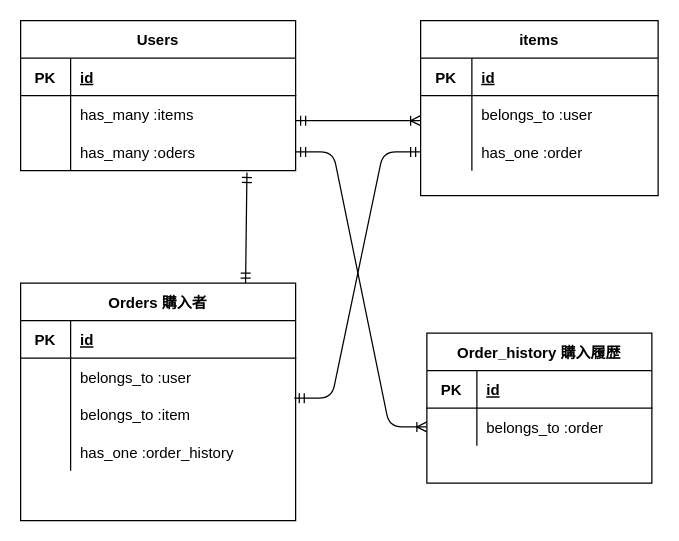
The draw.io diagram erpct.dio in mgm1227/furima-37140, before the edit. Source tidied: cells renumbered, new cells numbered last; positions are measured from the earlier drawing's top-left corner, leaving out a move shared by most shapes. Both pictures are drawn from the tidied source at 125%, with x=0, y=0 at pixel (20, 20).
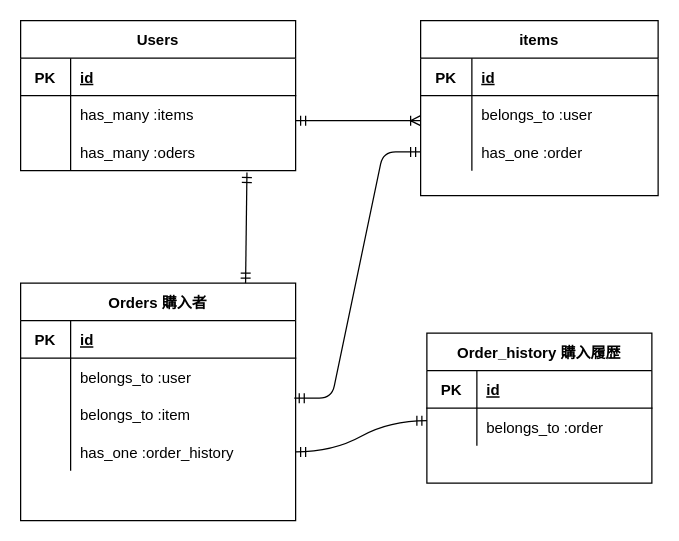
After the change.

Unchanged cells that the change refers to:
```xml
<mxCell id="9" style="shape=partialRectangle;fillColor=none;top=0;left=0;bottom=0;right=0;points=[[0,0.5],[1,0.5]];portConstraint=eastwest;" parent="2" vertex="1">
  <mxGeometry y="90" width="220" height="30" as="geometry" />
</mxCell>
<mxCell id="33" style="shape=partialRectangle;fillColor=none;top=0;left=0;bottom=0;right=0;points=[[0,0.5],[1,0.5]];portConstraint=eastwest;" parent="23" vertex="1">
  <mxGeometry y="120" width="220" height="30" as="geometry" />
</mxCell>
<mxCell id="40" style="shape=partialRectangle;fillColor=none;top=0;left=0;bottom=0;right=0;points=[[0,0.5],[1,0.5]];portConstraint=eastwest;" parent="36" vertex="1">
  <mxGeometry y="60" width="180" height="30" as="geometry" />
</mxCell>
```

Change to the diagram source:
```diff
@@
-    <mxCell id="45" style="edgeStyle=entityRelationEdgeStyle;fontSize=12;html=1;endArrow=ERoneToMany;startArrow=ERmandOne;" parent="1" edge="1" source="9" target="40">
-      <mxGeometry relative="1" as="geometry" />
-    </mxCell>
+    <mxCell id="46" style="edgeStyle=entityRelationEdgeStyle;fontSize=12;html=1;endArrow=ERmandOne;startArrow=ERmandOne;curved=1;exitX=1;exitY=0.5;exitDx=0;exitDy=0;" parent="1" edge="1" source="33">
+      <mxGeometry relative="1" as="geometry">
+        <mxPoint x="325" y="320" as="targetPoint" />
+      </mxGeometry>
+    </mxCell>
```
